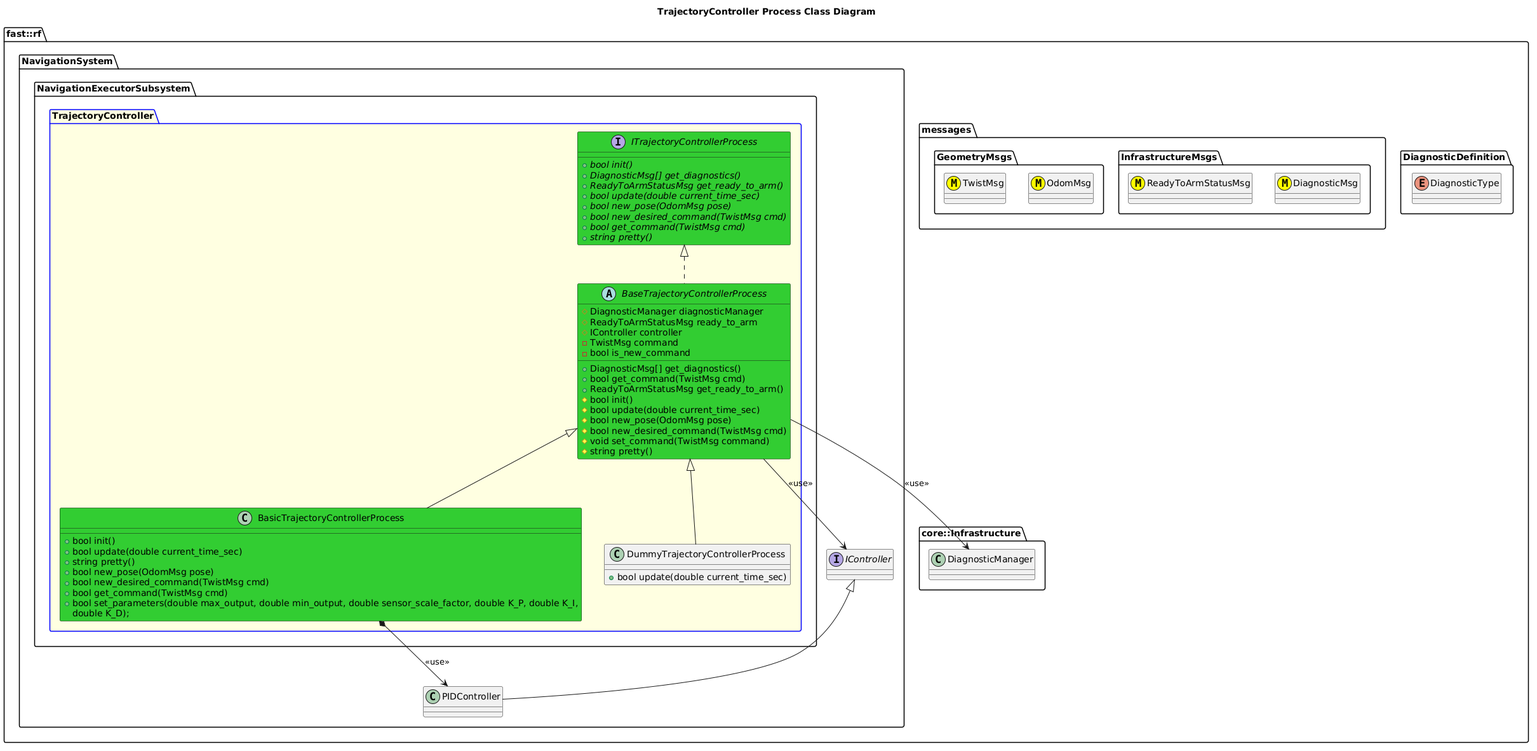
This is Systems/Navigation/Subsystems/NavigationExecutor/Processes/TrajectoryController/doc/puml/TrajectoryControllerProcessClassDiagram.png from fastrobotics/robot_framework, a PlantUML export, as it was before one commit.
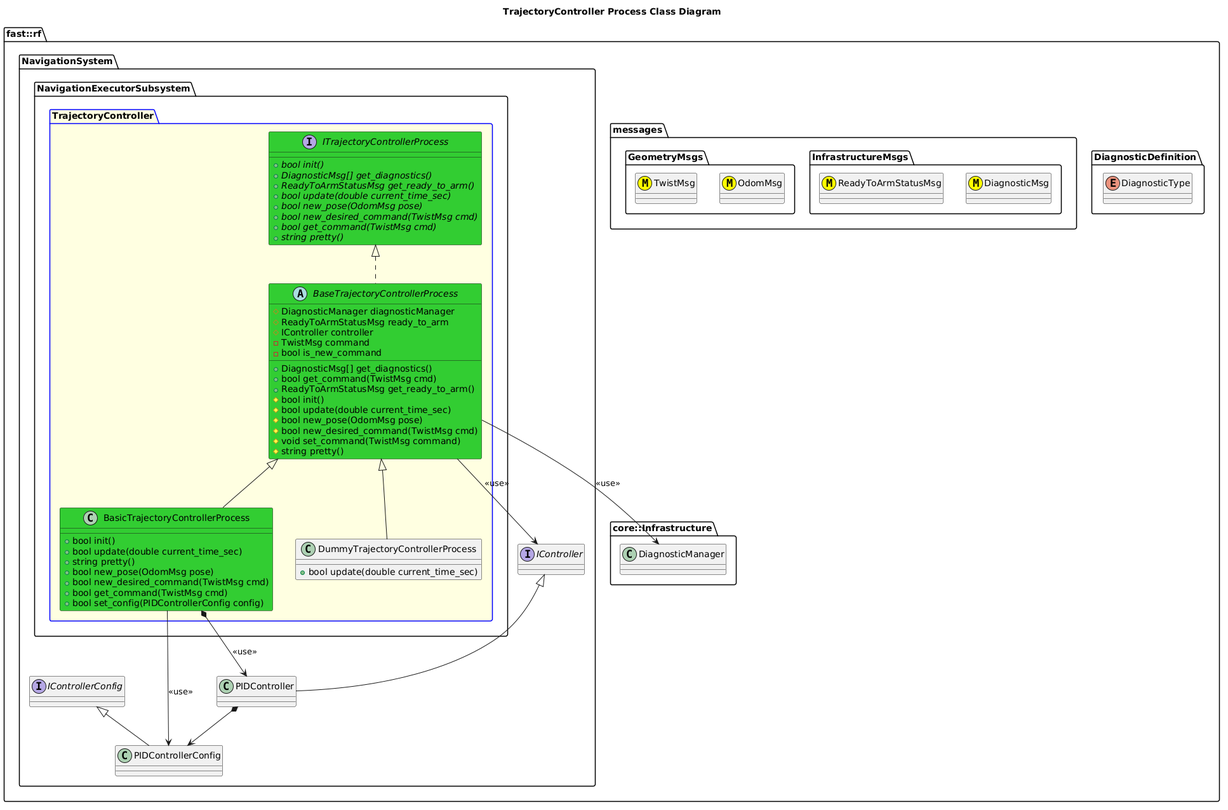
After the change.

Diff of the diagram source:
```diff
@@ -20,8 +20,13 @@
   }
   namespace NavigationSystem {
     interface IController
+    interface IControllerConfig
     class PIDController
     PIDController -up-|> IController
+
+    class PIDControllerConfig
+    PIDControllerConfig -up-|> IControllerConfig
+    PIDController *--> PIDControllerConfig
     namespace NavigationExecutorSubsystem {
       package TrajectoryController #LightYellow;line:blue {
         interface ITrajectoryControllerProcess #LimeGreen  {
@@ -61,12 +66,12 @@
           +bool new_pose(OdomMsg pose)
           +bool new_desired_command(TwistMsg cmd)
           +bool get_command(TwistMsg cmd)
-          +bool set_parameters(double max_output, double min_output, double sensor_scale_factor, double K_P, double K_I,
-                            double K_D);
+          +bool set_config(PIDControllerConfig config)
 
         }
         BasicTrajectoryControllerProcess -up-|> BaseTrajectoryControllerProcess
         BasicTrajectoryControllerProcess *-> PIDController: <<use>>
+        BasicTrajectoryControllerProcess --> PIDControllerConfig: <<use>>
         class DummyTrajectoryControllerProcess {
           +bool update(double current_time_sec)
         }
```
